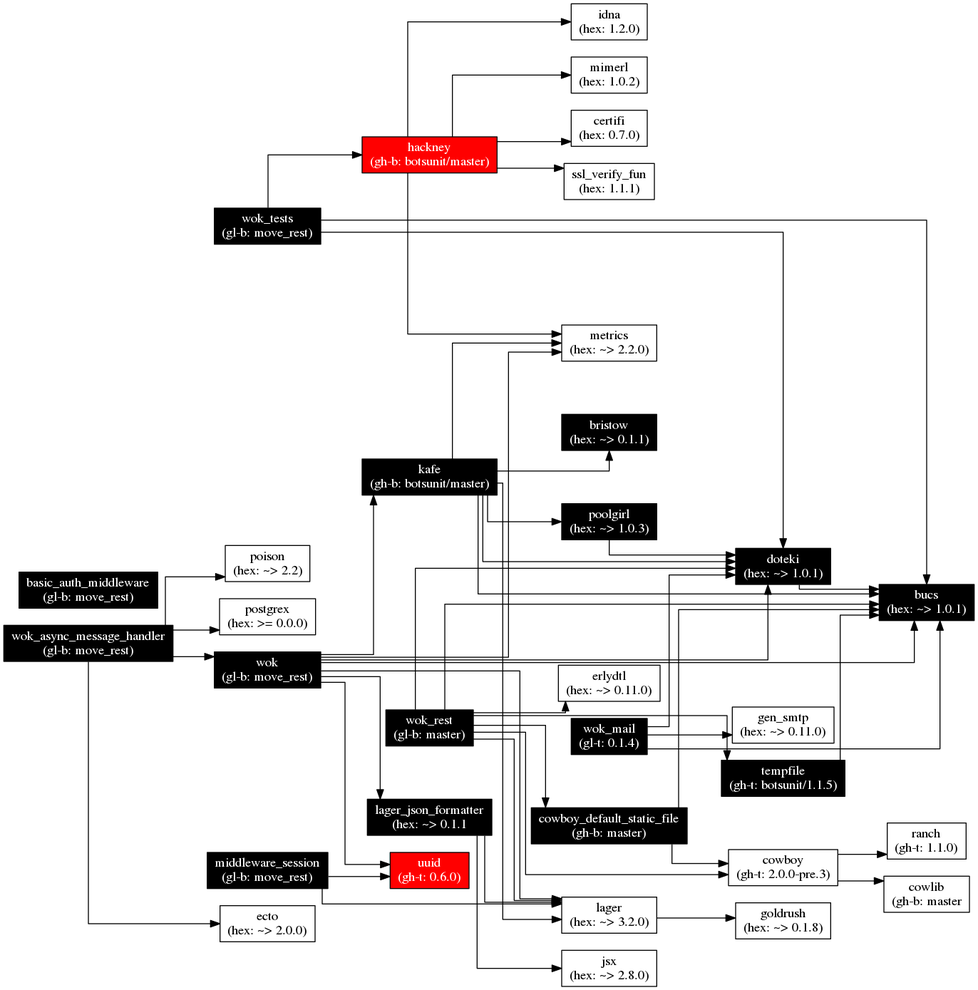
This is images/wok.deps.png from botsunit/wok, a Graphviz export, as it was before one commit. Its source is kept beside it as images/wok.deps.gv.
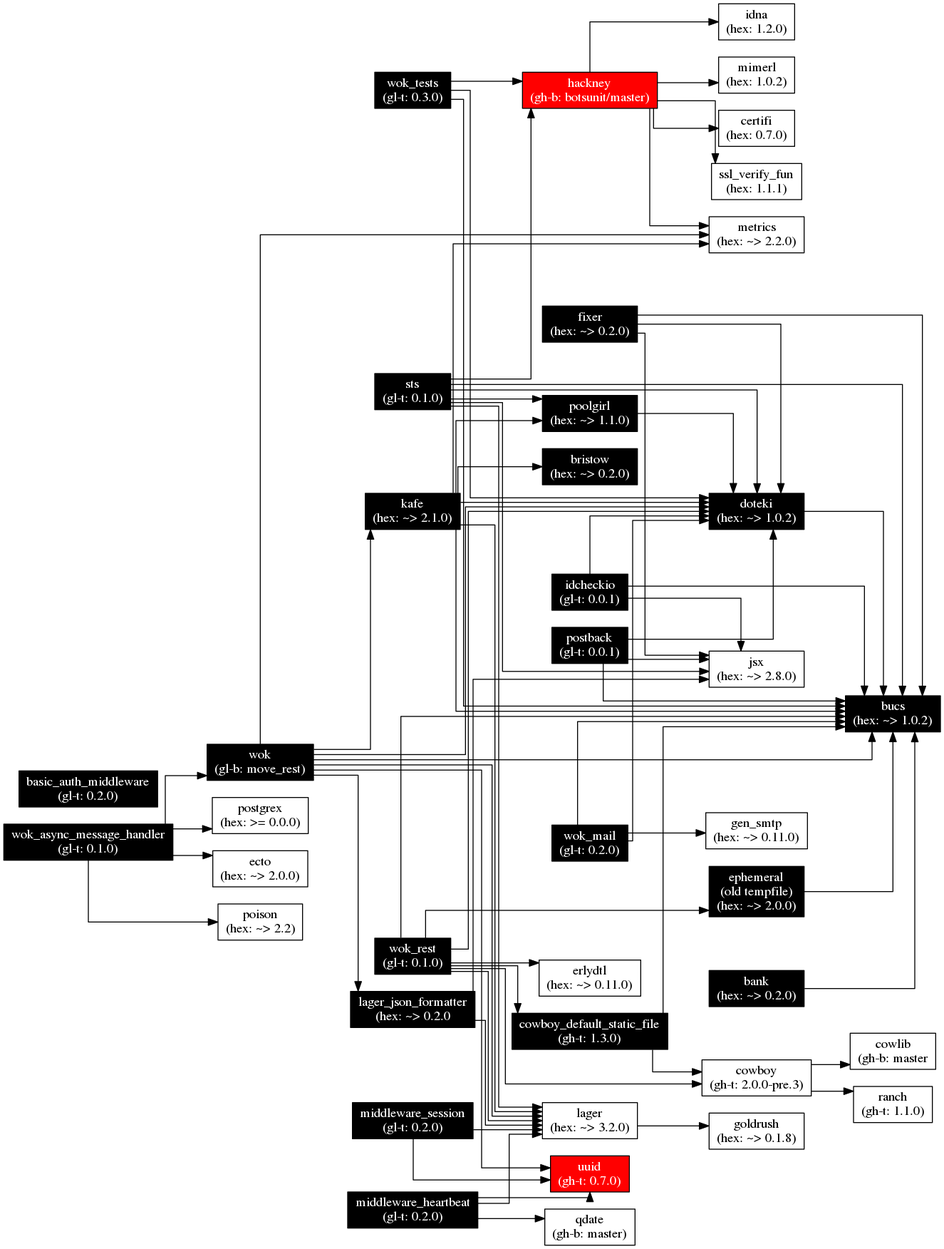
Later version of the same file.

Diff of the diagram source:
```diff
@@ -11,54 +11,54 @@
       style="filled",
       fillcolor="black"];
   lager[label="lager\n(hex: ~> 3.2.0)"];
-  lager_json_formatter[label="lager_json_formatter\n(hex: ~> 0.1.1",
+  lager_json_formatter[label="lager_json_formatter\n(hex: ~> 0.2.0",
                        fontcolor="white",
                        style="filled"
                        fillcolor="black"];
-  kafe[label="kafe\n(gh-b: botsunit/master)",
+  kafe[label="kafe\n(hex: ~> 2.1.0)",
        fontcolor="white",
        style="filled",
        fillcolor="black"];
-  bucs[label="bucs\n(hex: ~> 1.0.1)",
+  bucs[label="bucs\n(hex: ~> 1.0.2)",
        fontcolor="white",
        style="filled",
        fillcolor="black"];
-  doteki[label="doteki\n(hex: ~> 1.0.1)",
+  doteki[label="doteki\n(hex: ~> 1.0.2)",
          fontcolor="white",
          style="filled",
          fillcolor="black"];
-  uuid[label="uuid\n(gh-t: 0.6.0)"
+  uuid[label="uuid\n(gh-t: 0.7.0)"
        fontcolor="white",
        style="filled",
        fillcolor="red"];
   metrics[label="metrics\n(hex: ~> 2.2.0)"];
   goldrush[label="goldrush\n(hex: ~> 0.1.8)"];
   jsx[label="jsx\n(hex: ~> 2.8.0)"];
-  poolgirl[label="poolgirl\n(hex: ~> 1.0.3)",
+  poolgirl[label="poolgirl\n(hex: ~> 1.1.0)",
            fontcolor="white",
            style="filled",
            fillcolor="black"];
-  bristow[label="bristow\n(hex: ~> 0.1.1)",
+  bristow[label="bristow\n(hex: ~> 0.2.0)",
           fontcolor="white",
           style="filled",
           fillcolor="black"];
-  wok_rest[label="wok_rest\n(gl-b: master)",
+  wok_rest[label="wok_rest\n(gl-t: 0.1.0)",
            fontcolor="white",
            style="filled",
            fillcolor="black"];
-  cowboy_default_static_file[label="cowboy_default_static_file\n(gh-b: master)",
+  cowboy_default_static_file[label="cowboy_default_static_file\n(gh-t: 1.3.0)",
                              fontcolor="white",
                              style="filled",
                              fillcolor="black"];
   cowboy[label="cowboy\n(gh-t: 2.0.0-pre.3)"];
-  tempfile[label="tempfile\n(gh-t: botsunit/1.1.5)",
+  ephemeral[label="ephemeral\n(old tempfile)\n(hex: ~> 2.0.0)",
            fontcolor="white",
            style="filled",
            fillcolor="black"];
   erlydtl[label="erlydtl\n(hex: ~> 0.11.0)"];
   cowlib[label="cowlib\n(gh-b: master"];
   ranch[label="ranch\n(gh-t: 1.1.0)"];
-  wok_tests[label="wok_tests\n(gl-b: move_rest)",
+  wok_tests[label="wok_tests\n(gl-t: 0.3.0)",
             fontcolor="white",
             style="filled",
             fillcolor="black"];
@@ -70,26 +70,51 @@
   mimerl[label="mimerl\n(hex: 1.0.2)"];
   certifi[label="certifi\n(hex: 0.7.0)"];
   ssl_verify_fun[label="ssl_verify_fun\n(hex: 1.1.1)"];
-  wok_mail[label="wok_mail\n(gl-t: 0.1.4)",
+  wok_mail[label="wok_mail\n(gl-t: 0.2.0)",
             fontcolor="white",
             style="filled",
             fillcolor="black"];
   gen_smtp[label="gen_smtp\n(hex: ~> 0.11.0)"];
-  middleware_session[label="middleware_session\n(gl-b: move_rest)",
+  middleware_session[label="middleware_session\n(gl-t: 0.2.0)",
                      fontcolor="white",
                      style="filled",
                      fillcolor="black"];
-  basic_auth_middleware[label="basic_auth_middleware\n(gl-b: move_rest)",
+  basic_auth_middleware[label="basic_auth_middleware\n(gl-t: 0.2.0)",
                         fontcolor="white",
                         style="filled",
                         fillcolor="black"];
-  wok_async_message_handler[label="wok_async_message_handler\n(gl-b: move_rest)",
+  middleware_heartbeat[label="middleware_heartbeat\n(gl-t: 0.2.0)",
+                       fontcolor="white",
+                       style="filled",
+                       fillcolor="black"];
+  qdate[label="qdate\n(gh-b: master)"];
+  wok_async_message_handler[label="wok_async_message_handler\n(gl-t: 0.1.0)",
                             fontcolor="white",
                             style="filled",
                             fillcolor="black"];
   postgrex[label="postgrex\n(hex: >= 0.0.0)"];
   ecto[label="ecto\n(hex: ~> 2.0.0)"];
   poison[label="poison\n(hex: ~> 2.2)"];
+  sts[label="sts\n(gl-t: 0.1.0)",
+      fontcolor="white",
+      style="filled",
+      fillcolor="black"];
+  fixer[label="fixer\n(hex: ~> 0.2.0)",
+        fontcolor="white",
+        style="filled",
+        fillcolor="black"];
+  bank[label="bank\n(hex: ~> 0.2.0)",
+       fontcolor="white",
+       style="filled",
+       fillcolor="black"];
+  idcheckio[label="idcheckio\n(gl-t: 0.0.1)",
+            fontcolor="white",
+            style="filled",
+            fillcolor="black"];
+  postback[label="postback\n(gl-t: 0.0.1)",
+            fontcolor="white",
+            style="filled",
+            fillcolor="black"];
 
   wok -> lager;
   wok -> lager_json_formatter;
@@ -104,7 +129,7 @@
   wok_rest -> cowboy;
   wok_rest -> bucs;
   wok_rest -> doteki;
-  wok_rest -> tempfile;
+  wok_rest -> ephemeral;
   wok_rest -> erlydtl;
 
   lager -> goldrush;
@@ -129,7 +154,7 @@
   cowboy -> cowlib;
   cowboy -> ranch;
 
-  tempfile -> bucs;
+  ephemeral -> bucs;
 
   wok_tests -> bucs;
   wok_tests -> doteki;
@@ -148,8 +173,33 @@
   middleware_session -> lager;
   middleware_session -> uuid;
 
+  middleware_heartbeat -> lager;
+  middleware_heartbeat -> uuid;
+  middleware_heartbeat -> qdate;
+
   wok_async_message_handler -> postgrex;
   wok_async_message_handler -> ecto;
   wok_async_message_handler -> poison;
   wok_async_message_handler -> wok;
+
+  sts -> lager;
+  sts -> doteki;
+  sts -> bucs;
+  sts -> poolgirl;
+  sts -> jsx;
+  sts -> hackney;
+
+  fixer -> bucs;
+  fixer -> doteki;
+  fixer -> jsx;
+
+  bank -> bucs;
+
+  idcheckio -> bucs;
+  idcheckio -> doteki;
+  idcheckio -> jsx;
+
+  postback -> bucs;
+  postback -> doteki;
+  postback -> jsx;
 }
```
